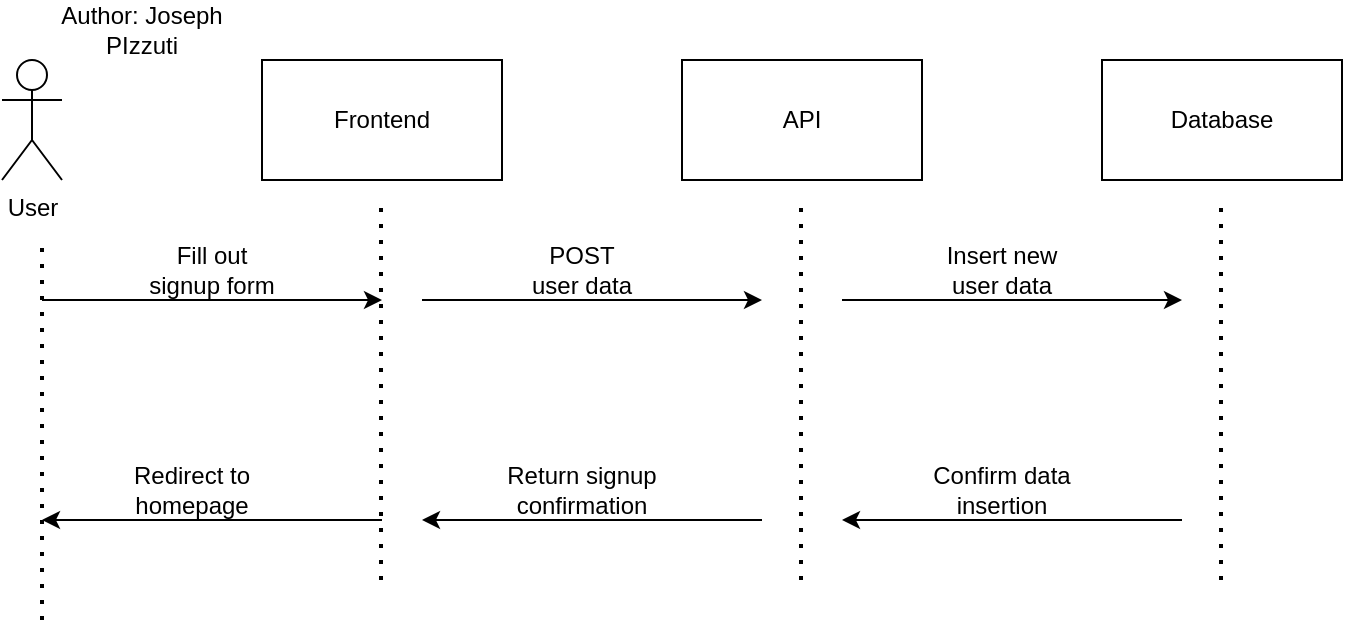
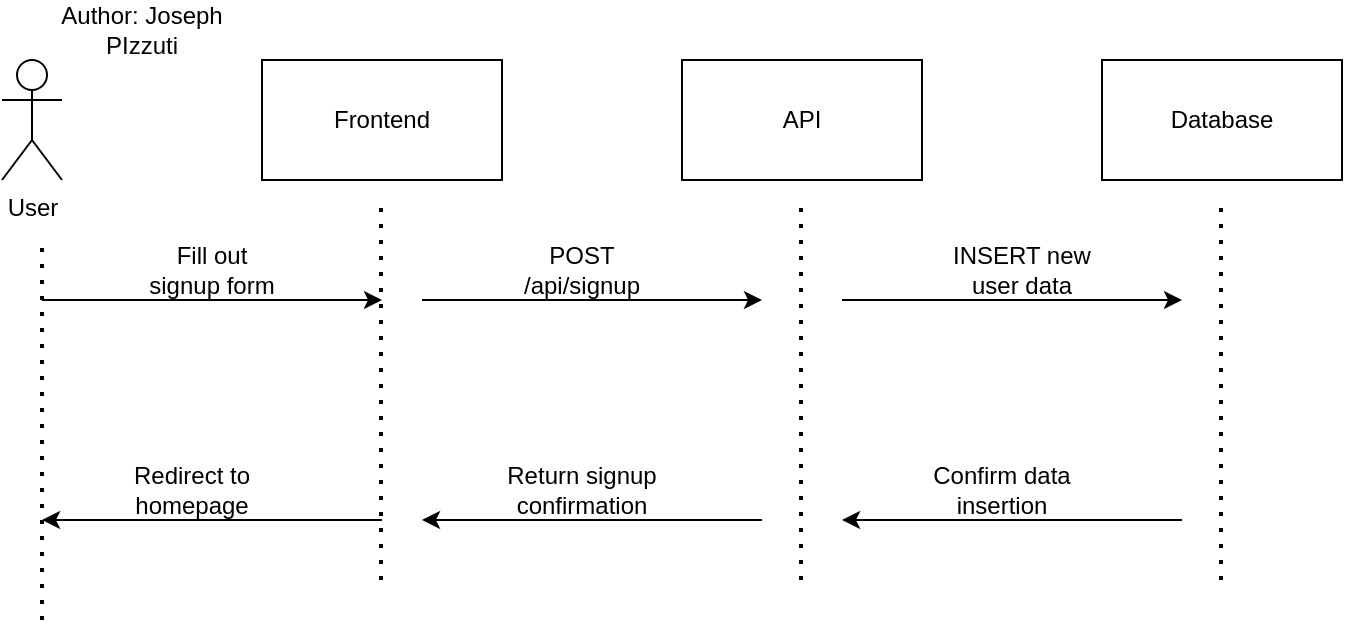
<mxfile host="65bd71144e">
    <diagram id="570u0SuOgAL2Q83TBJGH" name="Page-1">
        <mxGraphModel dx="1216" dy="779" grid="1" gridSize="10" guides="1" tooltips="1" connect="1" arrows="1" fold="1" page="1" pageScale="1" pageWidth="850" pageHeight="1100" math="0" shadow="0">
            <root>
                <mxCell id="0"/>
                <mxCell id="1" parent="0"/>
                <mxCell id="2" value="User" style="shape=umlActor;verticalLabelPosition=bottom;verticalAlign=top;html=1;outlineConnect=0;" vertex="1" parent="1">
                    <mxGeometry x="60" y="150" width="30" height="60" as="geometry"/>
                </mxCell>
                <mxCell id="3" value="Frontend" style="rounded=0;whiteSpace=wrap;html=1;" vertex="1" parent="1">
                    <mxGeometry x="190" y="150" width="120" height="60" as="geometry"/>
                </mxCell>
                <mxCell id="4" value="API" style="rounded=0;whiteSpace=wrap;html=1;" vertex="1" parent="1">
                    <mxGeometry x="400" y="150" width="120" height="60" as="geometry"/>
                </mxCell>
                <mxCell id="5" value="Database" style="rounded=0;whiteSpace=wrap;html=1;" vertex="1" parent="1">
                    <mxGeometry x="610" y="150" width="120" height="60" as="geometry"/>
                </mxCell>
                <mxCell id="6" value="" style="endArrow=none;dashed=1;html=1;dashPattern=1 3;strokeWidth=2;" edge="1" parent="1">
                    <mxGeometry width="50" height="50" relative="1" as="geometry">
                        <mxPoint x="80" y="430" as="sourcePoint"/>
                        <mxPoint x="80" y="240" as="targetPoint"/>
                    </mxGeometry>
                </mxCell>
                <mxCell id="7" value="" style="endArrow=none;dashed=1;html=1;dashPattern=1 3;strokeWidth=2;" edge="1" parent="1">
                    <mxGeometry width="50" height="50" relative="1" as="geometry">
                        <mxPoint x="249.5" y="410" as="sourcePoint"/>
                        <mxPoint x="249.5" y="220" as="targetPoint"/>
                    </mxGeometry>
                </mxCell>
                <mxCell id="8" value="" style="endArrow=none;dashed=1;html=1;dashPattern=1 3;strokeWidth=2;" edge="1" parent="1">
                    <mxGeometry width="50" height="50" relative="1" as="geometry">
                        <mxPoint x="459.5" y="410" as="sourcePoint"/>
                        <mxPoint x="459.5" y="220" as="targetPoint"/>
                    </mxGeometry>
                </mxCell>
                <mxCell id="9" value="" style="endArrow=none;dashed=1;html=1;dashPattern=1 3;strokeWidth=2;" edge="1" parent="1">
                    <mxGeometry width="50" height="50" relative="1" as="geometry">
                        <mxPoint x="669.5" y="410" as="sourcePoint"/>
                        <mxPoint x="669.5" y="220" as="targetPoint"/>
                    </mxGeometry>
                </mxCell>
                <mxCell id="10" value="" style="endArrow=classic;html=1;" edge="1" parent="1">
                    <mxGeometry width="50" height="50" relative="1" as="geometry">
                        <mxPoint x="80" y="270" as="sourcePoint"/>
                        <mxPoint x="250" y="270" as="targetPoint"/>
                    </mxGeometry>
                </mxCell>
                <mxCell id="11" value="" style="endArrow=classic;html=1;" edge="1" parent="1">
                    <mxGeometry width="50" height="50" relative="1" as="geometry">
                        <mxPoint x="270" y="270" as="sourcePoint"/>
                        <mxPoint x="440" y="270" as="targetPoint"/>
                    </mxGeometry>
                </mxCell>
                <mxCell id="12" value="" style="endArrow=classic;html=1;" edge="1" parent="1">
                    <mxGeometry width="50" height="50" relative="1" as="geometry">
                        <mxPoint x="480" y="270" as="sourcePoint"/>
                        <mxPoint x="650" y="270" as="targetPoint"/>
                    </mxGeometry>
                </mxCell>
                <mxCell id="13" value="" style="endArrow=classic;html=1;" edge="1" parent="1">
                    <mxGeometry width="50" height="50" relative="1" as="geometry">
                        <mxPoint x="250" y="380" as="sourcePoint"/>
                        <mxPoint x="80" y="380" as="targetPoint"/>
                    </mxGeometry>
                </mxCell>
                <mxCell id="14" value="" style="endArrow=classic;html=1;" edge="1" parent="1">
                    <mxGeometry width="50" height="50" relative="1" as="geometry">
                        <mxPoint x="440" y="380" as="sourcePoint"/>
                        <mxPoint x="270" y="380" as="targetPoint"/>
                    </mxGeometry>
                </mxCell>
                <mxCell id="15" value="" style="endArrow=classic;html=1;" edge="1" parent="1">
                    <mxGeometry width="50" height="50" relative="1" as="geometry">
                        <mxPoint x="650" y="380" as="sourcePoint"/>
                        <mxPoint x="480" y="380" as="targetPoint"/>
                    </mxGeometry>
                </mxCell>
                <mxCell id="16" value="Fill out signup form" style="text;strokeColor=none;align=center;fillColor=none;html=1;verticalAlign=middle;whiteSpace=wrap;rounded=0;" vertex="1" parent="1">
                    <mxGeometry x="130" y="240" width="70" height="30" as="geometry"/>
                </mxCell>
-                 <mxCell id="17" value="POST user data" style="text;strokeColor=none;align=center;fillColor=none;html=1;verticalAlign=middle;whiteSpace=wrap;rounded=0;" vertex="1" parent="1">
+                 <mxCell id="17" value="POST /api/signup" style="text;strokeColor=none;align=center;fillColor=none;html=1;verticalAlign=middle;whiteSpace=wrap;rounded=0;" vertex="1" parent="1">
                    <mxGeometry x="320" y="240" width="60" height="30" as="geometry"/>
                </mxCell>
-                 <mxCell id="18" value="Insert new user data" style="text;strokeColor=none;align=center;fillColor=none;html=1;verticalAlign=middle;whiteSpace=wrap;rounded=0;" vertex="1" parent="1">
-                     <mxGeometry x="530" y="240" width="60" height="30" as="geometry"/>
+                 <mxCell id="18" value="INSERT new user data" style="text;strokeColor=none;align=center;fillColor=none;html=1;verticalAlign=middle;whiteSpace=wrap;rounded=0;" vertex="1" parent="1">
+                     <mxGeometry x="530" y="240" width="80" height="30" as="geometry"/>
                </mxCell>
                <mxCell id="19" value="Confirm data insertion" style="text;strokeColor=none;align=center;fillColor=none;html=1;verticalAlign=middle;whiteSpace=wrap;rounded=0;" vertex="1" parent="1">
                    <mxGeometry x="520" y="350" width="80" height="30" as="geometry"/>
                </mxCell>
                <mxCell id="20" value="Return signup confirmation" style="text;strokeColor=none;align=center;fillColor=none;html=1;verticalAlign=middle;whiteSpace=wrap;rounded=0;" vertex="1" parent="1">
                    <mxGeometry x="310" y="350" width="80" height="30" as="geometry"/>
                </mxCell>
                <mxCell id="21" value="Redirect to homepage" style="text;strokeColor=none;align=center;fillColor=none;html=1;verticalAlign=middle;whiteSpace=wrap;rounded=0;" vertex="1" parent="1">
                    <mxGeometry x="110" y="350" width="90" height="30" as="geometry"/>
                </mxCell>
                <mxCell id="22" value="Author: Joseph PIzzuti" style="text;strokeColor=none;align=center;fillColor=none;html=1;verticalAlign=middle;whiteSpace=wrap;rounded=0;" vertex="1" parent="1">
                    <mxGeometry x="80" y="120" width="100" height="30" as="geometry"/>
                </mxCell>
            </root>
        </mxGraphModel>
    </diagram>
</mxfile>